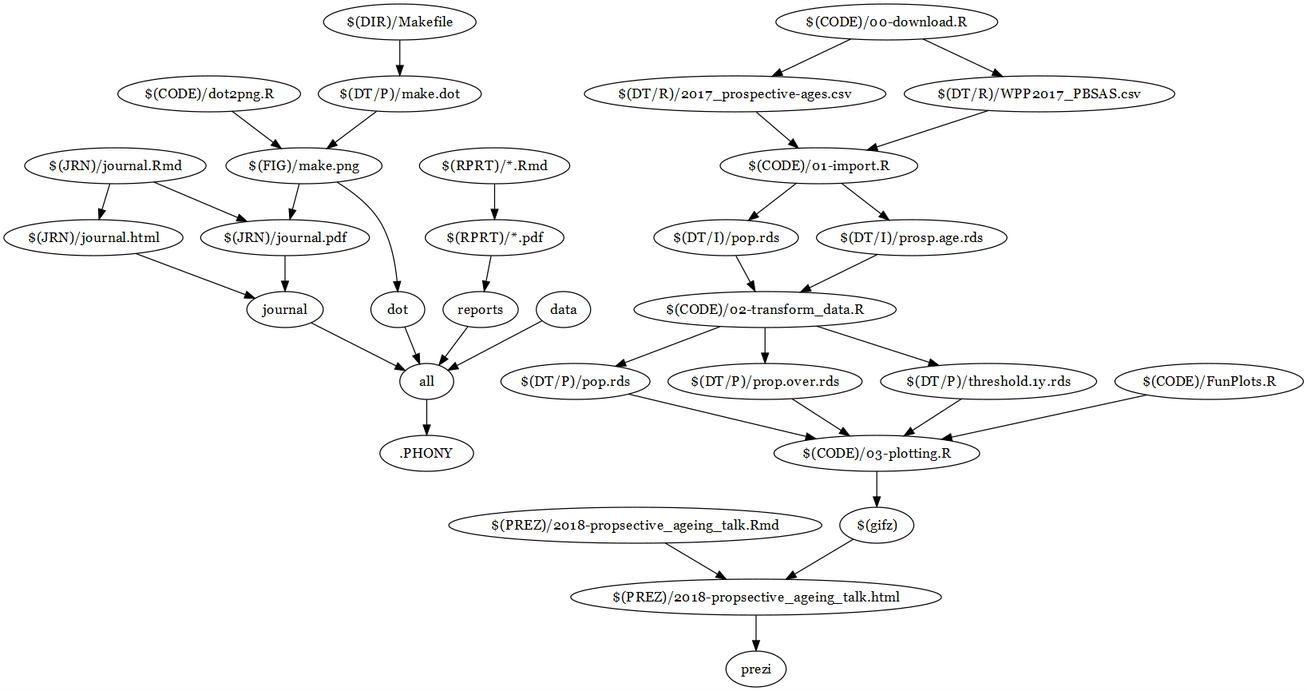
The Graphviz diagram figures/make.png in majazaloznik/2018-prospective_ageing_talk, before a commit. Its source is kept beside it as data/processed/make.dot.
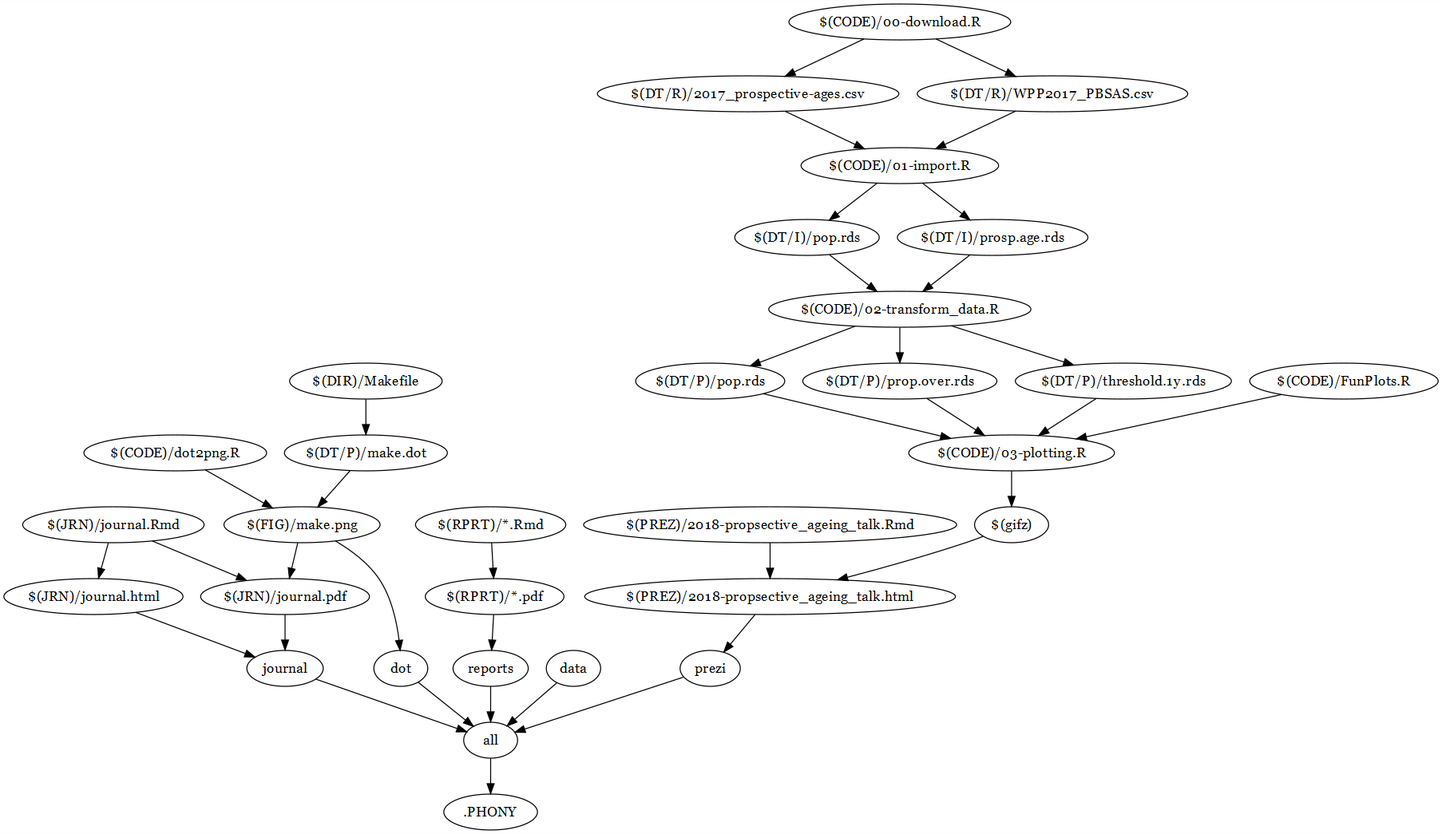
The same file after the commit.

Diff of the diagram source:
```diff
@@ -5,6 +5,7 @@
 	"dot" -> "all"
 	"reports" -> "all"
 	"data" -> "all"
+	"prezi" -> "all"
 	".PHONY"
 	"all" -> ".PHONY"
 	"dot"
```
